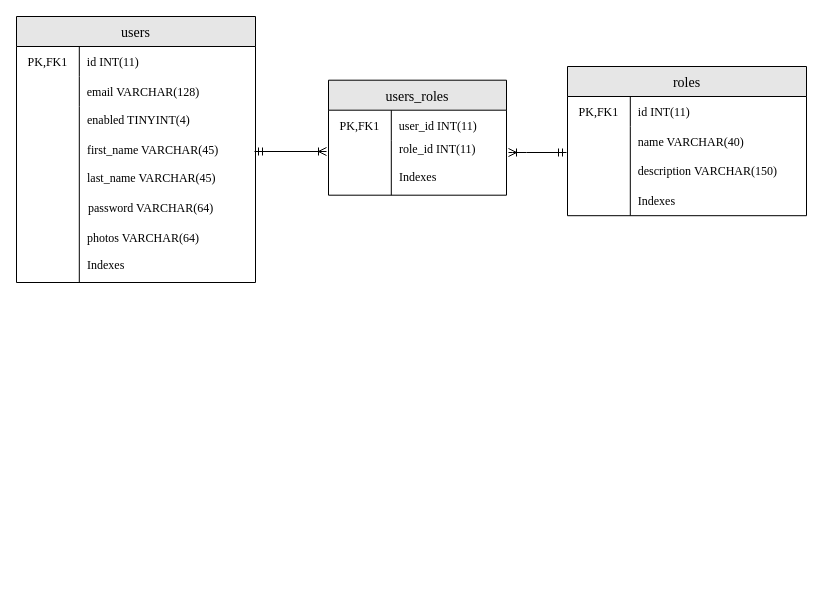
jiangchufeng/Conversion-Final-Project-Spring-Boot-Online-Shopping-Website keeps this draw.io diagram as page "Admin-ER-01" (2 of 2) of 03-Solution Design/02-Use Case, Classes, Database/ER Diagram.drawio. Above is the earlier version. Source tidied: cells renumbered, new cells numbered last; positions are measured from the earlier drawing's top-left corner, leaving out a move shared by most shapes. Both pictures are drawn from the tidied source at 100%, with x=0, y=0 at pixel (16, 16).
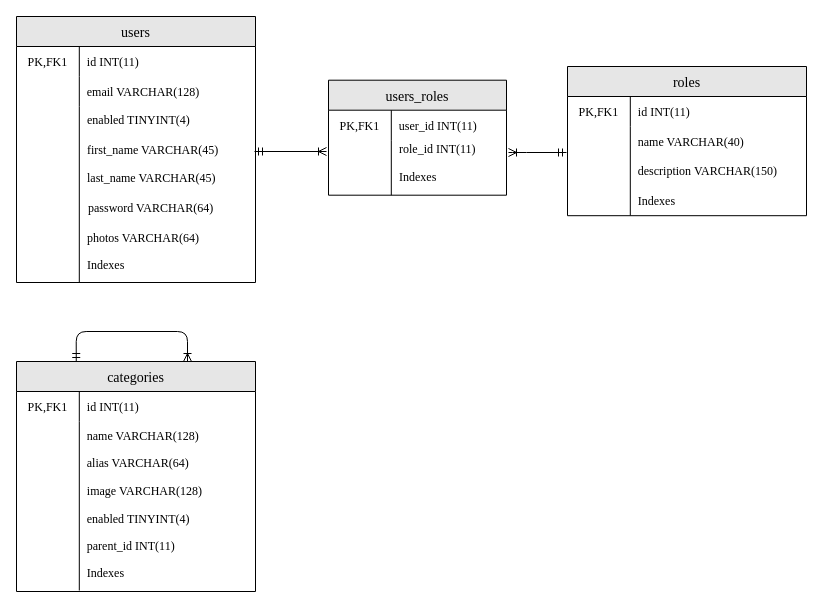
The same diagram, later.

Change to the diagram source:
```diff
@@
+    <mxCell id="45" style="group;" parent="1" vertex="1">
+      <mxGeometry y="345" width="242.2" height="230" as="geometry" />
+    </mxCell>
+    <mxCell id="46" value="categories" style="shape=table;startSize=30;childLayout=tableLayout;rowLines=0;fontStyle=0;align=center;labelBackgroundColor=none;fontFamily=Times New Roman;fontSize=14;fillColor=#E6E6E6;" parent="45" vertex="1">
+      <mxGeometry width="239" height="230" as="geometry" />
+    </mxCell>
+    <mxCell id="47" style="shape=tableRow;horizontal=0;startSize=0;swimlaneHead=0;swimlaneBody=0;fillColor=none;top=0;left=0;right=0;bottom=0;labelBackgroundColor=none;fontFamily=Times New Roman;" parent="46" vertex="1">
+      <mxGeometry y="30" width="239" height="30" as="geometry" />
+    </mxCell>
+    <mxCell id="48" value="PK,FK1" style="shape=partialRectangle;fillColor=none;top=0;left=0;bottom=0;right=0;fontStyle=0;overflow=hidden;labelBackgroundColor=none;fontFamily=Times New Roman;" parent="47" vertex="1">
+      <mxGeometry width="62.8" height="30" as="geometry" />
+    </mxCell>
+    <mxCell id="49" value="id INT(11) " style="shape=partialRectangle;fillColor=none;top=0;left=0;bottom=0;right=0;align=left;spacingLeft=6;fontStyle=0;overflow=hidden;labelBackgroundColor=none;fontFamily=Times New Roman;" parent="47" vertex="1">
+      <mxGeometry x="62.8" width="176.2" height="30" as="geometry" />
+    </mxCell>
+    <mxCell id="50" style="shape=tableRow;horizontal=0;startSize=0;swimlaneHead=0;swimlaneBody=0;fillColor=none;top=0;left=0;right=0;bottom=0;labelBackgroundColor=none;fontFamily=Times New Roman;" parent="46" vertex="1">
+      <mxGeometry y="60" width="239" height="169" as="geometry" />
+    </mxCell>
+    <mxCell id="51" style="shape=partialRectangle;fillColor=none;top=0;left=0;bottom=0;right=0;overflow=hidden;labelBackgroundColor=none;fontFamily=Times New Roman;" parent="50" vertex="1">
+      <mxGeometry width="62.8" height="169" as="geometry" />
+    </mxCell>
+    <mxCell id="52" style="shape=partialRectangle;fillColor=none;top=0;left=0;bottom=0;right=0;align=left;spacingLeft=6;overflow=hidden;labelBackgroundColor=none;fontFamily=Times New Roman;" parent="50" vertex="1">
+      <mxGeometry x="62.8" width="176.2" height="169" as="geometry" />
+    </mxCell>
+    <mxCell id="53" value="name VARCHAR(128)" style="shape=partialRectangle;fillColor=none;top=0;left=0;bottom=0;right=0;align=left;spacingLeft=6;fontStyle=0;overflow=hidden;labelBackgroundColor=none;fontFamily=Times New Roman;" parent="45" vertex="1">
+      <mxGeometry x="62.8" y="59" width="176.2" height="30" as="geometry" />
+    </mxCell>
+    <mxCell id="54" value="alias VARCHAR(64)" style="shape=partialRectangle;fillColor=none;top=0;left=0;bottom=0;right=0;align=left;spacingLeft=6;fontStyle=0;overflow=hidden;labelBackgroundColor=none;fontFamily=Times New Roman;" parent="45" vertex="1">
+      <mxGeometry x="62.8" y="86" width="176.2" height="30" as="geometry" />
+    </mxCell>
+    <mxCell id="55" value="Indexes" style="shape=partialRectangle;fillColor=none;top=0;left=0;bottom=0;right=0;align=left;spacingLeft=6;fontStyle=0;overflow=hidden;labelBackgroundColor=none;fontFamily=Times New Roman;" parent="45" vertex="1">
+      <mxGeometry x="62.8" y="199" width="176.2" height="23.6" as="geometry" />
+    </mxCell>
+    <mxCell id="56" value="image VARCHAR(128)" style="shape=partialRectangle;fillColor=none;top=0;left=0;bottom=0;right=0;align=left;spacingLeft=6;fontStyle=0;overflow=hidden;labelBackgroundColor=none;fontFamily=Times New Roman;" parent="45" vertex="1">
+      <mxGeometry x="62.8" y="114" width="176.2" height="30" as="geometry" />
+    </mxCell>
+    <mxCell id="57" value="enabled TINYINT(4)" style="shape=partialRectangle;fillColor=none;top=0;left=0;bottom=0;right=0;align=left;spacingLeft=6;fontStyle=0;overflow=hidden;labelBackgroundColor=none;fontFamily=Times New Roman;" parent="45" vertex="1">
+      <mxGeometry x="62.8" y="142" width="176.2" height="30" as="geometry" />
+    </mxCell>
+    <mxCell id="58" value="parent_id INT(11)" style="shape=partialRectangle;fillColor=none;top=0;left=0;bottom=0;right=0;align=left;spacingLeft=6;fontStyle=0;overflow=hidden;labelBackgroundColor=none;fontFamily=Times New Roman;" parent="45" vertex="1">
+      <mxGeometry x="62.8" y="169" width="176.2" height="30" as="geometry" />
+    </mxCell>
+    <mxCell id="59" style="edgeStyle=orthogonalEdgeStyle;html=1;endArrow=ERoneToMany;startArrow=ERmandOne;labelBackgroundColor=none;fontFamily=Verdana;fontSize=14;exitX=0.25;exitY=0;exitDx=0;exitDy=0;" parent="1" edge="1" source="46">
+      <mxGeometry relative="1" as="geometry">
+        <mxPoint x="171" y="345" as="targetPoint" />
+        <Array as="points">
+          <mxPoint x="60" y="315" />
+          <mxPoint x="171" y="315" />
+        </Array>
+      </mxGeometry>
+    </mxCell>
```
